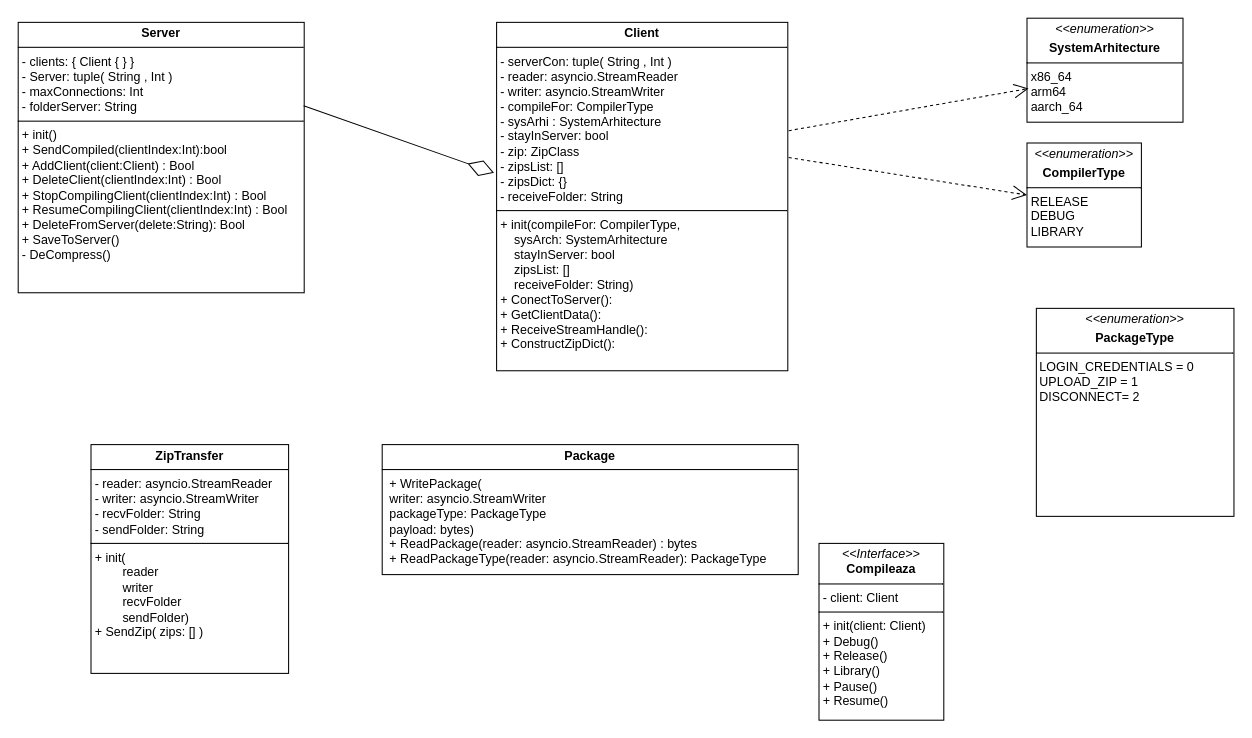
Above: uml.drawio in pentrudiverse02-design/appCompilare (draw.io), before the change. Source tidied: cells renumbered, new cells numbered last; positions are measured from the earlier drawing's top-left corner, leaving out a move shared by most shapes. Both pictures are drawn from the tidied source at 104%, with x=0, y=0 at pixel (18, 18).
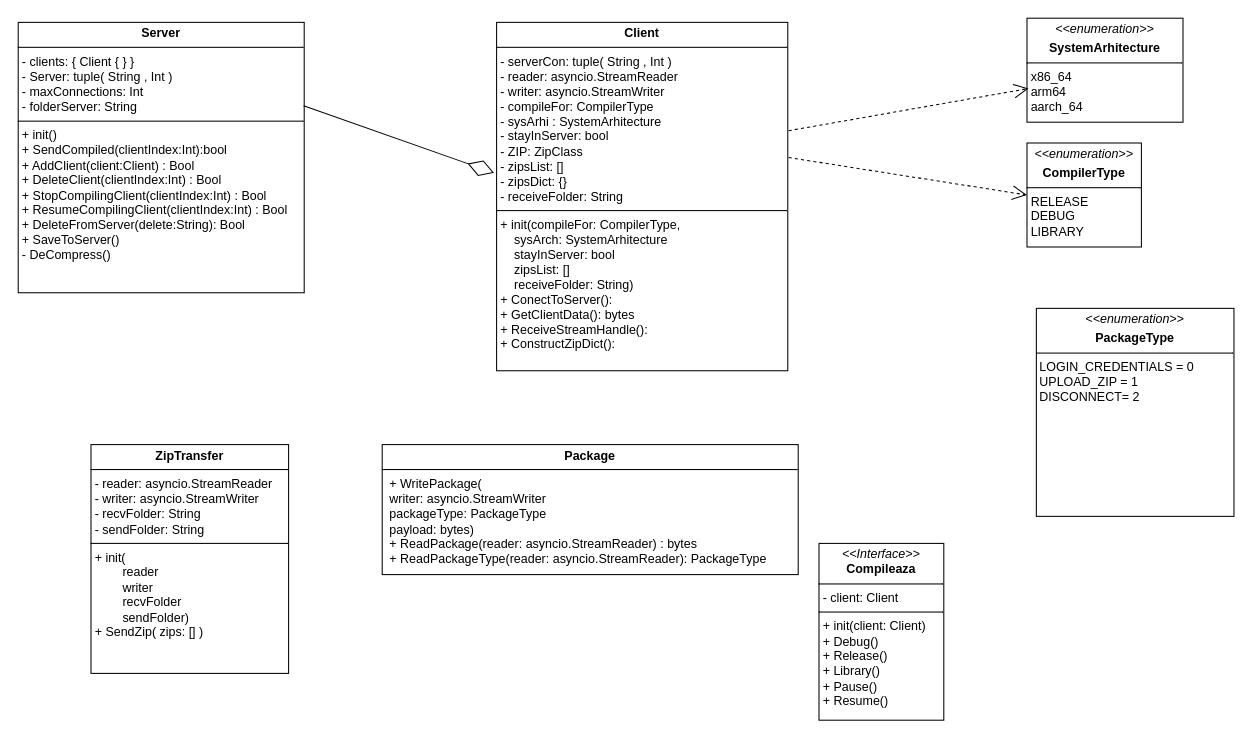
The same diagram, later.

Commit message (it also covers changes not shown here):
acum plec de la birou, nu inteleg de ce nu mi ajunge in citirea lui 2 din client

The edit, as a diff of the source:
```diff
@@
 <mxGraphModel>
   <root>
     <mxCell id="0" />
     <mxCell id="1" parent="0" />
     <mxCell id="2" value="&lt;p style=&quot;margin:0px;margin-top:4px;text-align:center;&quot;&gt;&lt;i&gt;&amp;lt;&amp;lt;enumeration&amp;gt;&amp;gt;&lt;/i&gt;&lt;/p&gt;&lt;p style=&quot;margin:0px;margin-top:4px;text-align:center;&quot;&gt;&lt;b&gt;CompilerType&lt;/b&gt;&lt;/p&gt;&lt;hr size=&quot;1&quot; style=&quot;border-style:solid;&quot;&gt;&lt;p style=&quot;margin:0px;margin-left:4px;&quot;&gt;RELEASE&lt;/p&gt;&lt;p style=&quot;margin:0px;margin-left:4px;&quot;&gt;DEBUG&lt;/p&gt;&lt;p style=&quot;margin:0px;margin-left:4px;&quot;&gt;LIBRARY&lt;/p&gt;" style="verticalAlign=top;align=left;overflow=fill;html=1;whiteSpace=wrap;" parent="1" vertex="1">
       <mxGeometry x="970" y="120" width="110" height="100" as="geometry" />
     </mxCell>
     <mxCell id="3" value="&lt;p style=&quot;margin:0px;margin-top:4px;text-align:center;&quot;&gt;&lt;i&gt;&amp;lt;&amp;lt;enumeration&amp;gt;&amp;gt;&lt;/i&gt;&lt;/p&gt;&lt;p style=&quot;margin:0px;margin-top:4px;text-align:center;&quot;&gt;&lt;b&gt;SystemArhitecture&lt;/b&gt;&lt;/p&gt;&lt;hr size=&quot;1&quot; style=&quot;border-style:solid;&quot;&gt;&lt;p style=&quot;margin:0px;margin-left:4px;&quot;&gt;x86_64&lt;/p&gt;&lt;p style=&quot;margin:0px;margin-left:4px;&quot;&gt;arm64&lt;/p&gt;&lt;p style=&quot;margin:0px;margin-left:4px;&quot;&gt;aarch_64&lt;/p&gt;" style="verticalAlign=top;align=left;overflow=fill;html=1;whiteSpace=wrap;" parent="1" vertex="1">
       <mxGeometry x="970" width="150" height="100" as="geometry" />
     </mxCell>
-    <mxCell id="4" value="&lt;p style=&quot;margin:0px;margin-top:4px;text-align:center;&quot;&gt;&lt;b&gt;Client&lt;/b&gt;&lt;/p&gt;&lt;hr size=&quot;1&quot; style=&quot;border-style:solid;&quot;&gt;&lt;p style=&quot;margin:0px;margin-left:4px;&quot;&gt;- serverCon: tuple( String , Int )&amp;nbsp;&lt;br&gt;- reader: asyncio.StreamReader&lt;/p&gt;&lt;p style=&quot;margin:0px;margin-left:4px;&quot;&gt;- writer: asyncio.StreamWriter&lt;/p&gt;&lt;p style=&quot;margin:0px;margin-left:4px;&quot;&gt;- compileFor: CompilerType&lt;br&gt;- sysArhi : SystemArhitecture&lt;br&gt;- stayInServer: bool&lt;/p&gt;&lt;p style=&quot;margin:0px;margin-left:4px;&quot;&gt;- zip: ZipClass&lt;/p&gt;&lt;p style=&quot;margin:0px;margin-left:4px;&quot;&gt;&lt;/p&gt;&lt;p style=&quot;margin:0px;margin-left:4px;&quot;&gt;- zipsList: []&lt;/p&gt;&lt;p style=&quot;margin:0px;margin-left:4px;&quot;&gt;- zipsDict: {}&lt;/p&gt;&lt;p style=&quot;margin:0px;margin-left:4px;&quot;&gt;- receiveFolder: String&lt;/p&gt;&lt;hr size=&quot;1&quot; style=&quot;border-style:solid;&quot;&gt;&lt;p style=&quot;margin:0px;margin-left:4px;&quot;&gt;+ init(compileFor: CompilerType,&lt;br&gt;&amp;nbsp; &amp;nbsp; sysArch: SystemArhitecture&lt;br&gt;&amp;nbsp; &amp;nbsp; stayInServer: bool&lt;/p&gt;&lt;p style=&quot;margin:0px;margin-left:4px;&quot;&gt;&amp;nbsp; &amp;nbsp; zipsList: []&lt;br&gt;&amp;nbsp; &amp;nbsp; receiveFolder: String&lt;span style=&quot;background-color: initial;&quot;&gt;)&lt;/span&gt;&lt;/p&gt;&lt;p style=&quot;margin:0px;margin-left:4px;&quot;&gt;+ ConectToServer():&lt;/p&gt;&lt;p style=&quot;margin:0px;margin-left:4px;&quot;&gt;+ GetClientData():&lt;/p&gt;&lt;p style=&quot;margin:0px;margin-left:4px;&quot;&gt;+ ReceiveStreamHandle():&lt;/p&gt;&lt;p style=&quot;margin:0px;margin-left:4px;&quot;&gt;+ ConstructZipDict():&lt;/p&gt;" style="verticalAlign=top;align=left;overflow=fill;html=1;whiteSpace=wrap;" parent="1" vertex="1">
+    <mxCell id="4" value="&lt;p style=&quot;margin:0px;margin-top:4px;text-align:center;&quot;&gt;&lt;b&gt;Client&lt;/b&gt;&lt;/p&gt;&lt;hr size=&quot;1&quot; style=&quot;border-style:solid;&quot;&gt;&lt;p style=&quot;margin:0px;margin-left:4px;&quot;&gt;- serverCon: tuple( String , Int )&amp;nbsp;&lt;br&gt;- reader: asyncio.StreamReader&lt;/p&gt;&lt;p style=&quot;margin:0px;margin-left:4px;&quot;&gt;- writer: asyncio.StreamWriter&lt;/p&gt;&lt;p style=&quot;margin:0px;margin-left:4px;&quot;&gt;- compileFor: CompilerType&lt;br&gt;- sysArhi : SystemArhitecture&lt;br&gt;- stayInServer: bool&lt;/p&gt;&lt;p style=&quot;margin:0px;margin-left:4px;&quot;&gt;- ZIP: ZipClass&lt;/p&gt;&lt;p style=&quot;margin:0px;margin-left:4px;&quot;&gt;&lt;/p&gt;&lt;p style=&quot;margin:0px;margin-left:4px;&quot;&gt;- zipsList: []&lt;/p&gt;&lt;p style=&quot;margin:0px;margin-left:4px;&quot;&gt;- zipsDict: {}&lt;/p&gt;&lt;p style=&quot;margin:0px;margin-left:4px;&quot;&gt;- receiveFolder: String&lt;/p&gt;&lt;hr size=&quot;1&quot; style=&quot;border-style:solid;&quot;&gt;&lt;p style=&quot;margin:0px;margin-left:4px;&quot;&gt;+ init(compileFor: CompilerType,&lt;br&gt;&amp;nbsp; &amp;nbsp; sysArch: SystemArhitecture&lt;br&gt;&amp;nbsp; &amp;nbsp; stayInServer: bool&lt;/p&gt;&lt;p style=&quot;margin:0px;margin-left:4px;&quot;&gt;&amp;nbsp; &amp;nbsp; zipsList: []&lt;br&gt;&amp;nbsp; &amp;nbsp; receiveFolder: String&lt;span style=&quot;background-color: initial;&quot;&gt;)&lt;/span&gt;&lt;/p&gt;&lt;p style=&quot;margin:0px;margin-left:4px;&quot;&gt;+ ConectToServer():&lt;/p&gt;&lt;p style=&quot;margin:0px;margin-left:4px;&quot;&gt;+ GetClientData(): bytes&lt;/p&gt;&lt;p style=&quot;margin:0px;margin-left:4px;&quot;&gt;+ ReceiveStreamHandle():&lt;/p&gt;&lt;p style=&quot;margin:0px;margin-left:4px;&quot;&gt;+ ConstructZipDict():&lt;/p&gt;" style="verticalAlign=top;align=left;overflow=fill;html=1;whiteSpace=wrap;" parent="1" vertex="1">
       <mxGeometry x="460" y="4" width="280" height="335" as="geometry" />
     </mxCell>
     <mxCell id="5" style="endArrow=open;endSize=12;dashed=1;html=1;rounded=0;exitX=1.003;exitY=0.388;exitDx=0;exitDy=0;entryX=0;entryY=0.5;entryDx=0;entryDy=0;exitPerimeter=0;" parent="1" edge="1" source="4" target="2">
       <mxGeometry relative="1" as="geometry" />
     </mxCell>
     <mxCell id="6" style="endArrow=open;endSize=12;dashed=1;html=1;rounded=0;exitX=1.003;exitY=0.311;exitDx=0;exitDy=0;entryX=0.01;entryY=0.676;entryDx=0;entryDy=0;exitPerimeter=0;entryPerimeter=0;" parent="1" edge="1" source="4" target="3">
       <mxGeometry relative="1" as="geometry" />
     </mxCell>
     <mxCell id="7" value="&lt;p style=&quot;margin:0px;margin-top:4px;text-align:center;&quot;&gt;&lt;b&gt;Server&lt;/b&gt;&lt;/p&gt;&lt;hr size=&quot;1&quot; style=&quot;border-style:solid;&quot;&gt;&lt;p style=&quot;margin:0px;margin-left:4px;&quot;&gt;- clients: { Client { } }&lt;br&gt;- Server: tuple( String , Int )&amp;nbsp;&lt;br&gt;&lt;/p&gt;&lt;p style=&quot;margin:0px;margin-left:4px;&quot;&gt;- maxConnections: Int&lt;/p&gt;&lt;p style=&quot;margin:0px;margin-left:4px;&quot;&gt;- folderServer: String&lt;/p&gt;&lt;hr size=&quot;1&quot; style=&quot;border-style:solid;&quot;&gt;&lt;p style=&quot;margin:0px;margin-left:4px;&quot;&gt;+ init()&lt;br&gt;+ SendCompiled(clientIndex:Int):bool&lt;/p&gt;&lt;p style=&quot;margin:0px;margin-left:4px;&quot;&gt;+ AddClient(client:Client) : Bool&amp;nbsp; &amp;nbsp;&amp;nbsp;&lt;br&gt;+ DeleteClient(clientIndex:Int) : Bool&lt;br&gt;+ StopCompilingClient(clientIndex:Int) : Bool&amp;nbsp;&lt;br&gt;+ ResumeCompilingClient(clientIndex:Int) : Bool&lt;br&gt;+ DeleteFromServer(delete:String): Bool&lt;br&gt;+ SaveToServer()&lt;br&gt;- DeCompress()&lt;/p&gt;" style="verticalAlign=top;align=left;overflow=fill;html=1;whiteSpace=wrap;" parent="1" vertex="1">
       <mxGeometry y="4" width="275" height="260" as="geometry" />
     </mxCell>
     <mxCell id="8" value="&lt;p style=&quot;margin:0px;margin-top:4px;text-align:center;&quot;&gt;&lt;i&gt;&amp;lt;&amp;lt;Interface&amp;gt;&amp;gt;&lt;/i&gt;&lt;br&gt;&lt;b&gt;Compileaza&lt;/b&gt;&lt;/p&gt;&lt;hr size=&quot;1&quot; style=&quot;border-style:solid;&quot;&gt;&lt;p style=&quot;margin:0px;margin-left:4px;&quot;&gt;- client: Client&lt;/p&gt;&lt;hr size=&quot;1&quot; style=&quot;border-style:solid;&quot;&gt;&lt;p style=&quot;margin:0px;margin-left:4px;&quot;&gt;+ init(client: Client)&lt;/p&gt;&lt;p style=&quot;margin:0px;margin-left:4px;&quot;&gt;+ Debug()&lt;/p&gt;&lt;p style=&quot;margin:0px;margin-left:4px;&quot;&gt;+ Release()&lt;/p&gt;&lt;p style=&quot;margin:0px;margin-left:4px;&quot;&gt;+ Library()&lt;/p&gt;&lt;p style=&quot;margin:0px;margin-left:4px;&quot;&gt;+ Pause()&lt;/p&gt;&lt;p style=&quot;margin:0px;margin-left:4px;&quot;&gt;+ Resume()&lt;/p&gt;" style="verticalAlign=top;align=left;overflow=fill;html=1;whiteSpace=wrap;" parent="1" vertex="1">
       <mxGeometry x="770" y="505" width="120" height="170" as="geometry" />
     </mxCell>
     <mxCell id="9" style="endArrow=diamondThin;endFill=0;endSize=24;html=1;rounded=0;exitX=0.998;exitY=0.308;exitDx=0;exitDy=0;exitPerimeter=0;entryX=-0.009;entryY=0.432;entryDx=0;entryDy=0;entryPerimeter=0;" parent="1" edge="1" source="7" target="4">
       <mxGeometry relative="1" as="geometry" />
     </mxCell>
     <mxCell id="10" value="&lt;p style=&quot;margin:0px;margin-top:4px;text-align:center;&quot;&gt;&lt;b&gt;ZipTransfer&lt;/b&gt;&lt;/p&gt;&lt;hr size=&quot;1&quot; style=&quot;border-style:solid;&quot;&gt;&lt;p style=&quot;margin:0px;margin-left:4px;&quot;&gt;- reader: asyncio.StreamReader&lt;br&gt;&lt;/p&gt;&lt;p style=&quot;margin:0px;margin-left:4px;&quot;&gt;- writer: asyncio.StreamWriter&lt;/p&gt;&lt;p style=&quot;margin:0px;margin-left:4px;&quot;&gt;- recvFolder: String&lt;/p&gt;&lt;p style=&quot;margin:0px;margin-left:4px;&quot;&gt;- sendFolder: String&lt;/p&gt;&lt;hr size=&quot;1&quot; style=&quot;border-style:solid;&quot;&gt;&lt;p style=&quot;margin:0px;margin-left:4px;&quot;&gt;+ init(&lt;/p&gt;&lt;p style=&quot;margin:0px;margin-left:4px;&quot;&gt;&lt;span style=&quot;white-space: pre;&quot;&gt;&#9;&lt;/span&gt;reader&lt;/p&gt;&lt;p style=&quot;margin:0px;margin-left:4px;&quot;&gt;&lt;span style=&quot;white-space: pre;&quot;&gt;&#9;&lt;/span&gt;writer&lt;/p&gt;&lt;p style=&quot;margin:0px;margin-left:4px;&quot;&gt;&lt;span style=&quot;white-space: pre;&quot;&gt;&#9;&lt;/span&gt;recvFolder&lt;/p&gt;&lt;p style=&quot;margin:0px;margin-left:4px;&quot;&gt;&lt;span style=&quot;white-space: pre;&quot;&gt;&#9;&lt;/span&gt;sendFolder)&lt;br&gt;+ SendZip( zips: [] )&lt;/p&gt;" style="verticalAlign=top;align=left;overflow=fill;html=1;whiteSpace=wrap;" parent="1" vertex="1">
       <mxGeometry x="70" y="410" width="190" height="220" as="geometry" />
     </mxCell>
     <mxCell id="11" value="&lt;p style=&quot;margin:0px;margin-top:4px;text-align:center;&quot;&gt;&lt;i&gt;&amp;lt;&amp;lt;enumeration&amp;gt;&amp;gt;&lt;/i&gt;&lt;/p&gt;&lt;p style=&quot;margin:0px;margin-top:4px;text-align:center;&quot;&gt;&lt;b&gt;PackageType&lt;/b&gt;&lt;/p&gt;&lt;hr size=&quot;1&quot; style=&quot;border-style:solid;&quot;&gt;&amp;nbsp;LOGIN_CREDENTIALS = 0&lt;br&gt;&amp;nbsp;UPLOAD_ZIP = 1&lt;br&gt;&amp;nbsp;DISCONNECT= 2&lt;br&gt;&lt;p style=&quot;margin:0px;margin-left:4px;&quot;&gt;&lt;/p&gt;&lt;p style=&quot;margin:0px;margin-left:4px;&quot;&gt;&lt;/p&gt;&lt;p style=&quot;margin:0px;margin-left:4px;&quot;&gt;&lt;/p&gt;" style="verticalAlign=top;align=left;overflow=fill;html=1;whiteSpace=wrap;" parent="1" vertex="1">
       <mxGeometry x="979" y="279" width="190" height="200" as="geometry" />
     </mxCell>
     <mxCell id="12" value="&lt;p style=&quot;margin:0px;margin-top:4px;text-align:center;&quot;&gt;&lt;b&gt;Package&lt;/b&gt;&lt;/p&gt;&lt;hr size=&quot;1&quot; style=&quot;border-style:solid;&quot;&gt;&lt;p style=&quot;margin:0px;margin-left:4px;&quot;&gt;&amp;nbsp;+ WritePackage(&lt;/p&gt;&lt;p style=&quot;margin:0px;margin-left:4px;&quot;&gt;&lt;span style=&quot;background-color: initial;&quot;&gt;&lt;span style=&quot;&quot;&gt;&lt;span style=&quot;white-space: pre;&quot;&gt;&amp;nbsp;&lt;/span&gt;&lt;/span&gt;writer: asyncio.StreamWriter&lt;/span&gt;&lt;/p&gt;&lt;p style=&quot;margin:0px;margin-left:4px;&quot;&gt;&lt;span style=&quot;background-color: initial;&quot;&gt;&lt;span style=&quot;&quot;&gt;&lt;span style=&quot;white-space: pre;&quot;&gt;&amp;nbsp;&lt;/span&gt;&lt;/span&gt;packageType: PackageType&amp;nbsp;&lt;/span&gt;&lt;/p&gt;&lt;p style=&quot;margin:0px;margin-left:4px;&quot;&gt;&lt;span style=&quot;background-color: initial;&quot;&gt;&lt;span style=&quot;&quot;&gt;&lt;span style=&quot;white-space: pre;&quot;&gt;&amp;nbsp;&lt;/span&gt;&lt;/span&gt;payload: bytes)&lt;/span&gt;&lt;/p&gt;&lt;p style=&quot;margin:0px;margin-left:4px;&quot;&gt;&lt;span style=&quot;background-color: initial;&quot;&gt;&amp;nbsp;+ ReadPackage(reader: asyncio.StreamReader) : bytes&lt;/span&gt;&lt;/p&gt;&lt;p style=&quot;margin:0px;margin-left:4px;&quot;&gt;&lt;span style=&quot;background-color: initial;&quot;&gt;&amp;nbsp;+ ReadPackageType(reader: asyncio.StreamReader): PackageType&amp;nbsp;&lt;/span&gt;&lt;/p&gt;&lt;p style=&quot;margin:0px;margin-left:4px;&quot;&gt;&lt;/p&gt;&lt;p style=&quot;margin:0px;margin-left:4px;&quot;&gt;&lt;/p&gt;&lt;p style=&quot;margin:0px;margin-left:4px;&quot;&gt;&lt;/p&gt;" style="verticalAlign=top;align=left;overflow=fill;html=1;whiteSpace=wrap;" parent="1" vertex="1">
       <mxGeometry x="350" y="410" width="400" height="125" as="geometry" />
     </mxCell>
   </root>
 </mxGraphModel>
```
